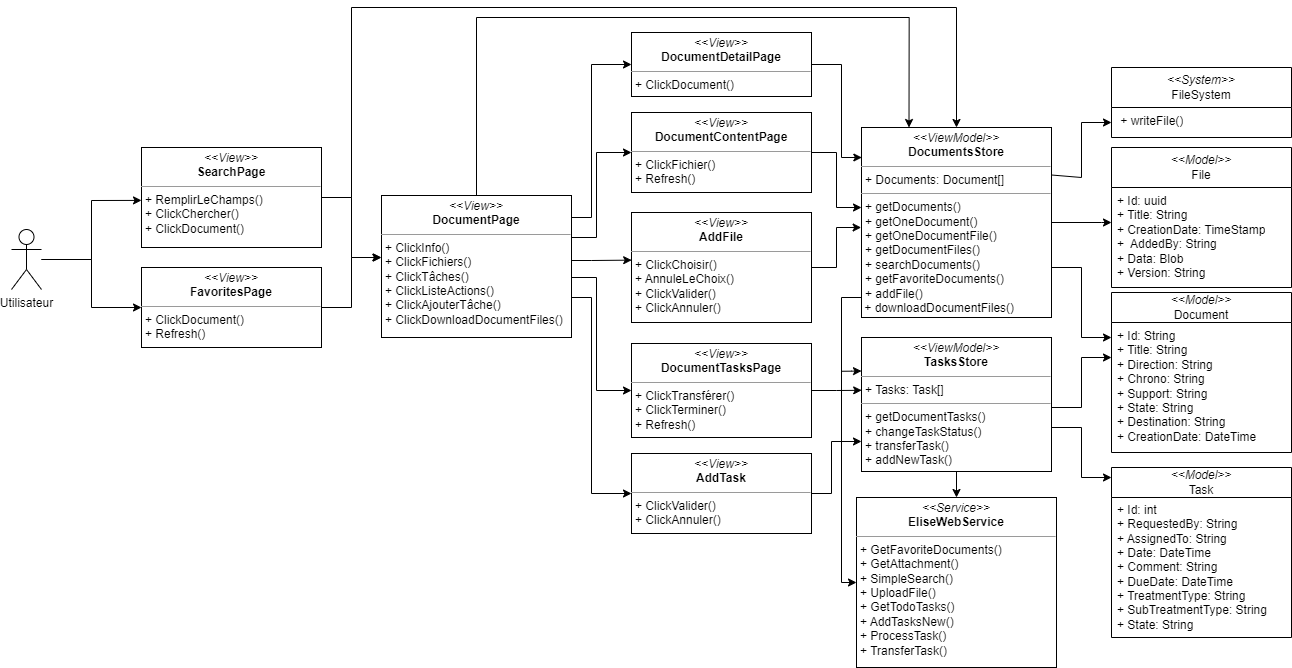
Earlier version of the draw.io export images_pfe/dcc_spint3.png (PFE-Neoledge-2023/rapport). Source tidied: cells renumbered, new cells last; positions are measured from the earlier drawing's top-left corner, leaving out a move shared by most shapes.
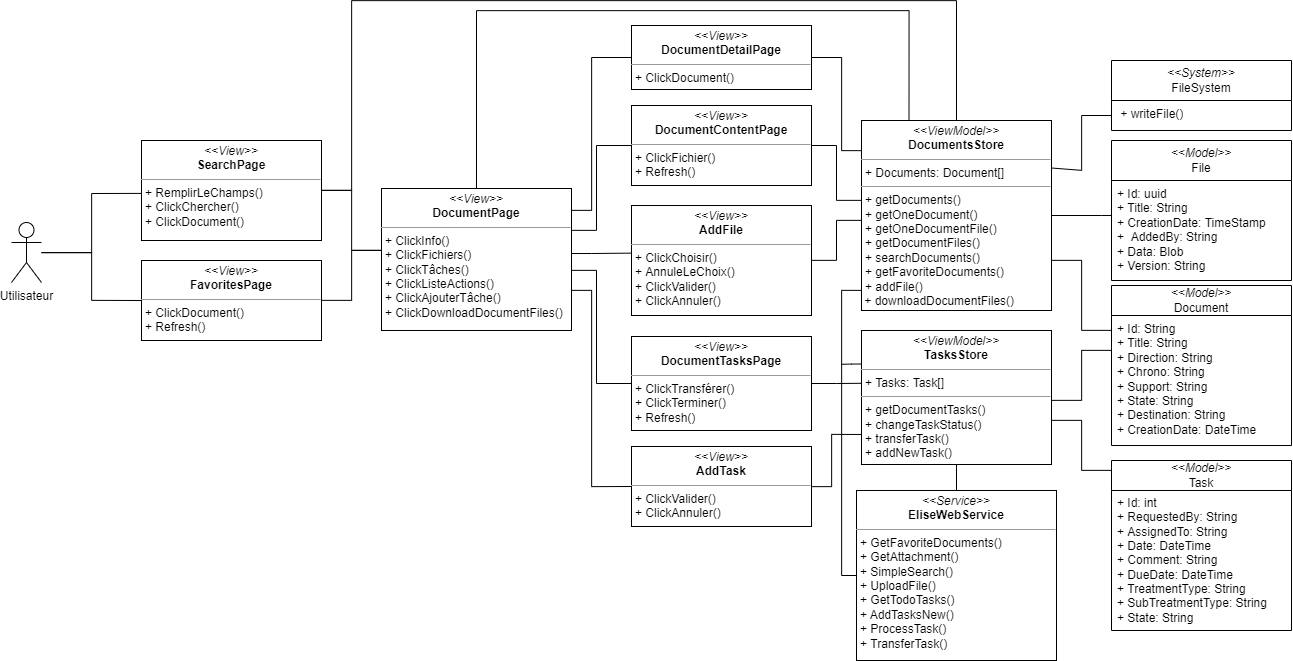
The same file after the commit.

Change to the diagram source:
```diff
@@ -4,6 +4,6 @@
     <mxCell id="1" parent="0" />
-    <mxCell id="2" style="edgeStyle=orthogonalEdgeStyle;rounded=0;jettySize=auto;html=1;entryX=0;entryY=0.5;entryDx=0;entryDy=0;" parent="1" edge="1" source="4" target="6">
+    <mxCell id="2" style="edgeStyle=orthogonalEdgeStyle;rounded=0;jettySize=auto;html=1;entryX=0;entryY=0.5;entryDx=0;entryDy=0;endArrow=none;endFill=0;" parent="1" edge="1" source="4" target="6">
       <mxGeometry relative="1" as="geometry" />
     </mxCell>
-    <mxCell id="3" style="edgeStyle=orthogonalEdgeStyle;rounded=0;jettySize=auto;html=1;entryX=0;entryY=0.529;entryDx=0;entryDy=0;entryPerimeter=0;" parent="1" edge="1" source="4" target="9">
+    <mxCell id="3" style="edgeStyle=orthogonalEdgeStyle;rounded=0;jettySize=auto;html=1;entryX=0;entryY=0.529;entryDx=0;entryDy=0;entryPerimeter=0;endArrow=none;endFill=0;" parent="1" edge="1" source="4" target="9">
       <mxGeometry relative="1" as="geometry" />
@@ -13,3 +13,3 @@
     </mxCell>
-    <mxCell id="5" style="edgeStyle=orthogonalEdgeStyle;rounded=0;jettySize=auto;html=1;entryX=-0.003;entryY=0.441;entryDx=0;entryDy=0;startArrow=none;startFill=0;entryPerimeter=0;" parent="1" edge="1" source="6" target="16">
+    <mxCell id="5" style="edgeStyle=orthogonalEdgeStyle;rounded=0;jettySize=auto;html=1;entryX=-0.003;entryY=0.441;entryDx=0;entryDy=0;startArrow=none;startFill=0;entryPerimeter=0;endArrow=none;endFill=0;" parent="1" edge="1" source="6" target="16">
       <mxGeometry relative="1" as="geometry">
@@ -25,3 +25,3 @@
     </mxCell>
-    <mxCell id="7" style="edgeStyle=orthogonalEdgeStyle;rounded=0;jettySize=auto;html=1;startArrow=none;startFill=0;" parent="1" edge="1" source="9" target="16">
+    <mxCell id="7" style="edgeStyle=orthogonalEdgeStyle;rounded=0;jettySize=auto;html=1;startArrow=none;startFill=0;endArrow=none;endFill=0;" parent="1" edge="1" source="9" target="16">
       <mxGeometry relative="1" as="geometry">
@@ -33,3 +33,3 @@
     </mxCell>
-    <mxCell id="8" style="edgeStyle=orthogonalEdgeStyle;rounded=0;jettySize=auto;html=1;entryX=0.5;entryY=0;entryDx=0;entryDy=0;startArrow=none;startFill=0;" parent="1" edge="1" source="9" target="31">
+    <mxCell id="8" style="edgeStyle=orthogonalEdgeStyle;rounded=0;jettySize=auto;html=1;entryX=0.5;entryY=0;entryDx=0;entryDy=0;startArrow=none;startFill=0;endArrow=none;endFill=0;" parent="1" edge="1" source="9" target="31">
       <mxGeometry relative="1" as="geometry">
@@ -45,3 +45,3 @@
     </mxCell>
-    <mxCell id="10" style="edgeStyle=orthogonalEdgeStyle;rounded=0;jettySize=auto;html=1;entryX=0;entryY=0.5;entryDx=0;entryDy=0;" parent="1" edge="1" source="16" target="20">
+    <mxCell id="10" style="edgeStyle=orthogonalEdgeStyle;rounded=0;jettySize=auto;html=1;entryX=0;entryY=0.5;entryDx=0;entryDy=0;endArrow=none;endFill=0;" parent="1" edge="1" source="16" target="20">
       <mxGeometry relative="1" as="geometry">
@@ -53,3 +53,3 @@
     </mxCell>
-    <mxCell id="11" style="edgeStyle=orthogonalEdgeStyle;rounded=0;jettySize=auto;html=1;entryX=0;entryY=0.5;entryDx=0;entryDy=0;" parent="1" edge="1" source="16" target="18">
+    <mxCell id="11" style="edgeStyle=orthogonalEdgeStyle;rounded=0;jettySize=auto;html=1;entryX=0;entryY=0.5;entryDx=0;entryDy=0;endArrow=none;endFill=0;" parent="1" edge="1" source="16" target="18">
       <mxGeometry relative="1" as="geometry">
@@ -61,3 +61,3 @@
     </mxCell>
-    <mxCell id="12" style="edgeStyle=orthogonalEdgeStyle;rounded=0;jettySize=auto;html=1;entryX=0;entryY=0.5;entryDx=0;entryDy=0;" parent="1" edge="1" source="16" target="22">
+    <mxCell id="12" style="edgeStyle=orthogonalEdgeStyle;rounded=0;jettySize=auto;html=1;entryX=0;entryY=0.5;entryDx=0;entryDy=0;endArrow=none;endFill=0;" parent="1" edge="1" source="16" target="22">
       <mxGeometry relative="1" as="geometry">
@@ -69,3 +69,3 @@
     </mxCell>
-    <mxCell id="13" style="edgeStyle=orthogonalEdgeStyle;rounded=0;jettySize=auto;html=1;entryX=0;entryY=0.5;entryDx=0;entryDy=0;" parent="1" edge="1" source="16" target="24">
+    <mxCell id="13" style="edgeStyle=orthogonalEdgeStyle;rounded=0;jettySize=auto;html=1;entryX=0;entryY=0.5;entryDx=0;entryDy=0;endArrow=none;endFill=0;" parent="1" edge="1" source="16" target="24">
       <mxGeometry relative="1" as="geometry">
@@ -77,3 +77,3 @@
     </mxCell>
-    <mxCell id="14" style="edgeStyle=orthogonalEdgeStyle;rounded=0;jettySize=auto;html=1;entryX=0.001;entryY=0.433;entryDx=0;entryDy=0;entryPerimeter=0;" parent="1" edge="1" source="16" target="26">
+    <mxCell id="14" style="edgeStyle=orthogonalEdgeStyle;rounded=0;jettySize=auto;html=1;entryX=0.001;entryY=0.433;entryDx=0;entryDy=0;entryPerimeter=0;endArrow=none;endFill=0;" parent="1" edge="1" source="16" target="26">
       <mxGeometry relative="1" as="geometry">
@@ -85,10 +85,10 @@
     </mxCell>
-    <mxCell id="15" style="edgeStyle=orthogonalEdgeStyle;html=1;exitX=0.5;exitY=0;exitDx=0;exitDy=0;entryX=0.25;entryY=0;entryDx=0;entryDy=0;rounded=0;" parent="1" edge="1" source="16" target="31">
-      <mxGeometry relative="1" as="geometry">
-        <Array as="points">
-          <mxPoint x="465" y="10" />
-          <mxPoint x="897" y="10" />
-        </Array>
-      </mxGeometry>
-    </mxCell>
+    <mxCell id="46" style="edgeStyle=orthogonalEdgeStyle;html=1;exitX=0.5;exitY=0;exitDx=0;exitDy=0;entryX=0.25;entryY=0;entryDx=0;entryDy=0;rounded=0;endArrow=none;endFill=0;" parent="1" edge="1" source="16" target="31">
+      <mxGeometry relative="1" as="geometry">
+        <Array as="points">
+          <mxPoint x="465" y="10" />
+          <mxPoint x="897" y="10" />
+        </Array>
+      </mxGeometry>
+    </mxCell>
     <mxCell id="16" value="&lt;p style=&quot;margin:0px;margin-top:4px;text-align:center;&quot;&gt;&lt;i&gt;&amp;lt;&amp;lt;View&amp;gt;&amp;gt;&lt;/i&gt;&lt;br&gt;&lt;b&gt;DocumentPage&lt;/b&gt;&lt;br&gt;&lt;/p&gt;&lt;hr style=&quot;border-color: var(--border-color);&quot; size=&quot;1&quot;&gt;&lt;p style=&quot;border-color: var(--border-color); margin: 0px 0px 0px 4px;&quot;&gt;+ ClickInfo()&lt;/p&gt;&lt;p style=&quot;border-color: var(--border-color); margin: 0px 0px 0px 4px;&quot;&gt;+ ClickFichiers()&lt;/p&gt;&lt;p style=&quot;border-color: var(--border-color); margin: 0px 0px 0px 4px;&quot;&gt;+ ClickTâches()&lt;/p&gt;&lt;p style=&quot;border-color: var(--border-color); margin: 0px 0px 0px 4px;&quot;&gt;+ ClickListeActions()&lt;/p&gt;&lt;p style=&quot;border-color: var(--border-color); margin: 0px 0px 0px 4px;&quot;&gt;+ ClickAjouterTâche()&lt;/p&gt;&lt;p style=&quot;border-color: var(--border-color); margin: 0px 0px 0px 4px;&quot;&gt;+ ClickDownloadDocumentFiles()&lt;/p&gt;" style="verticalAlign=top;align=left;overflow=fill;fontSize=12;fontFamily=Helvetica;html=1;whiteSpace=wrap;" parent="1" vertex="1">
@@ -96,3 +96,3 @@
     </mxCell>
-    <mxCell id="17" style="edgeStyle=orthogonalEdgeStyle;rounded=0;jettySize=auto;html=1;entryX=0.001;entryY=0.162;entryDx=0;entryDy=0;entryPerimeter=0;" parent="1" edge="1" source="18" target="31">
+    <mxCell id="17" style="edgeStyle=orthogonalEdgeStyle;rounded=0;jettySize=auto;html=1;entryX=0.001;entryY=0.162;entryDx=0;entryDy=0;entryPerimeter=0;endArrow=none;endFill=0;" parent="1" edge="1" source="18" target="31">
       <mxGeometry relative="1" as="geometry">
@@ -108,3 +108,3 @@
     </mxCell>
-    <mxCell id="19" style="edgeStyle=orthogonalEdgeStyle;rounded=0;jettySize=auto;html=1;" parent="1" edge="1" source="20">
+    <mxCell id="19" style="edgeStyle=orthogonalEdgeStyle;rounded=0;jettySize=auto;html=1;endArrow=none;endFill=0;" parent="1" edge="1" source="20">
       <mxGeometry relative="1" as="geometry">
@@ -121,3 +121,3 @@
     </mxCell>
-    <mxCell id="21" style="edgeStyle=orthogonalEdgeStyle;rounded=0;jettySize=auto;html=1;entryX=0.001;entryY=0.394;entryDx=0;entryDy=0;entryPerimeter=0;" parent="1" edge="1" source="22" target="36">
+    <mxCell id="21" style="edgeStyle=orthogonalEdgeStyle;rounded=0;jettySize=auto;html=1;entryX=0.001;entryY=0.394;entryDx=0;entryDy=0;entryPerimeter=0;endArrow=none;endFill=0;" parent="1" edge="1" source="22" target="36">
       <mxGeometry relative="1" as="geometry" />
@@ -127,3 +127,3 @@
     </mxCell>
-    <mxCell id="23" style="edgeStyle=orthogonalEdgeStyle;rounded=0;jettySize=auto;html=1;entryX=0;entryY=0.776;entryDx=0;entryDy=0;entryPerimeter=0;" parent="1" edge="1" source="24" target="36">
+    <mxCell id="23" style="edgeStyle=orthogonalEdgeStyle;rounded=0;jettySize=auto;html=1;entryX=0;entryY=0.776;entryDx=0;entryDy=0;entryPerimeter=0;endArrow=none;endFill=0;" parent="1" edge="1" source="24" target="36">
       <mxGeometry relative="1" as="geometry">
@@ -138,3 +138,3 @@
     </mxCell>
-    <mxCell id="25" style="edgeStyle=orthogonalEdgeStyle;rounded=0;jettySize=auto;html=1;entryX=-0.001;entryY=0.528;entryDx=0;entryDy=0;entryPerimeter=0;" parent="1" edge="1" source="26" target="31">
+    <mxCell id="25" style="edgeStyle=orthogonalEdgeStyle;rounded=0;jettySize=auto;html=1;entryX=-0.001;entryY=0.528;entryDx=0;entryDy=0;entryPerimeter=0;endArrow=none;endFill=0;" parent="1" edge="1" source="26" target="31">
       <mxGeometry relative="1" as="geometry">
@@ -150,3 +150,3 @@
     </mxCell>
-    <mxCell id="27" style="edgeStyle=orthogonalEdgeStyle;rounded=0;jettySize=auto;html=1;" parent="1" edge="1" source="31" target="41">
+    <mxCell id="27" style="edgeStyle=orthogonalEdgeStyle;rounded=0;jettySize=auto;html=1;endArrow=none;endFill=0;" parent="1" edge="1" source="31" target="41">
       <mxGeometry relative="1" as="geometry">
@@ -158,3 +158,3 @@
     </mxCell>
-    <mxCell id="28" style="edgeStyle=orthogonalEdgeStyle;rounded=0;jettySize=auto;html=1;" parent="1" edge="1" source="31" target="37">
+    <mxCell id="28" style="edgeStyle=orthogonalEdgeStyle;rounded=0;jettySize=auto;html=1;endArrow=none;endFill=0;" parent="1" edge="1" source="31" target="37">
       <mxGeometry relative="1" as="geometry">
@@ -166,3 +166,3 @@
     </mxCell>
-    <mxCell id="29" style="edgeStyle=orthogonalEdgeStyle;rounded=0;jettySize=auto;html=1;" parent="1" edge="1" source="31" target="43">
+    <mxCell id="29" style="edgeStyle=orthogonalEdgeStyle;rounded=0;jettySize=auto;html=1;endArrow=none;endFill=0;" parent="1" edge="1" source="31" target="43">
       <mxGeometry relative="1" as="geometry">
@@ -174,3 +174,3 @@
     </mxCell>
-    <mxCell id="30" style="edgeStyle=orthogonalEdgeStyle;rounded=0;html=1;exitX=1;exitY=0.25;exitDx=0;exitDy=0;entryX=0;entryY=0.5;entryDx=0;entryDy=0;startArrow=none;startFill=0;endArrow=classic;endFill=1;" parent="1" edge="1" source="31" target="45">
+    <mxCell id="30" style="edgeStyle=orthogonalEdgeStyle;rounded=0;html=1;exitX=1;exitY=0.25;exitDx=0;exitDy=0;entryX=0;entryY=0.5;entryDx=0;entryDy=0;startArrow=none;startFill=0;endArrow=none;endFill=0;" parent="1" edge="1" source="31" target="45">
       <mxGeometry relative="1" as="geometry">
@@ -186,3 +186,3 @@
     </mxCell>
-    <mxCell id="32" style="edgeStyle=orthogonalEdgeStyle;rounded=0;jettySize=auto;html=1;" parent="1" edge="1" source="36" target="39">
+    <mxCell id="32" style="edgeStyle=orthogonalEdgeStyle;rounded=0;jettySize=auto;html=1;endArrow=none;endFill=0;" parent="1" edge="1" source="36" target="39">
       <mxGeometry relative="1" as="geometry">
@@ -194,3 +194,3 @@
     </mxCell>
-    <mxCell id="33" style="edgeStyle=orthogonalEdgeStyle;rounded=0;jettySize=auto;html=1;" parent="1" edge="1" source="36" target="37">
+    <mxCell id="33" style="edgeStyle=orthogonalEdgeStyle;rounded=0;jettySize=auto;html=1;endArrow=none;endFill=0;" parent="1" edge="1" source="36" target="37">
       <mxGeometry relative="1" as="geometry">
@@ -202,6 +202,6 @@
     </mxCell>
-    <mxCell id="34" style="edgeStyle=orthogonalEdgeStyle;rounded=0;jettySize=auto;html=1;entryX=0.5;entryY=0;entryDx=0;entryDy=0;" parent="1" edge="1" source="36" target="43">
+    <mxCell id="34" style="edgeStyle=orthogonalEdgeStyle;rounded=0;jettySize=auto;html=1;entryX=0.5;entryY=0;entryDx=0;entryDy=0;endArrow=none;endFill=0;" parent="1" edge="1" source="36" target="43">
       <mxGeometry relative="1" as="geometry" />
     </mxCell>
-    <mxCell id="35" style="edgeStyle=orthogonalEdgeStyle;rounded=0;html=1;exitX=0;exitY=0.25;exitDx=0;exitDy=0;startArrow=classic;startFill=1;endArrow=none;endFill=0;" parent="1" edge="1" source="36">
+    <mxCell id="35" style="edgeStyle=orthogonalEdgeStyle;rounded=0;html=1;exitX=0;exitY=0.25;exitDx=0;exitDy=0;startArrow=none;startFill=0;endArrow=none;endFill=0;" parent="1" edge="1" source="36">
       <mxGeometry relative="1" as="geometry">
@@ -240,2 +240,10 @@
     </mxCell>
+    <mxCell id="15" style="edgeStyle=orthogonalEdgeStyle;html=1;exitX=0.5;exitY=0;exitDx=0;exitDy=0;entryX=0.25;entryY=0;entryDx=0;entryDy=0;rounded=0;" parent="1" edge="1">
+      <mxGeometry relative="1" as="geometry">
+        <Array as="points">
+          <mxPoint x="465" y="10" />
+          <mxPoint x="897" y="10" />
+        </Array>
+      </mxGeometry>
+    </mxCell>
   </root>
```
